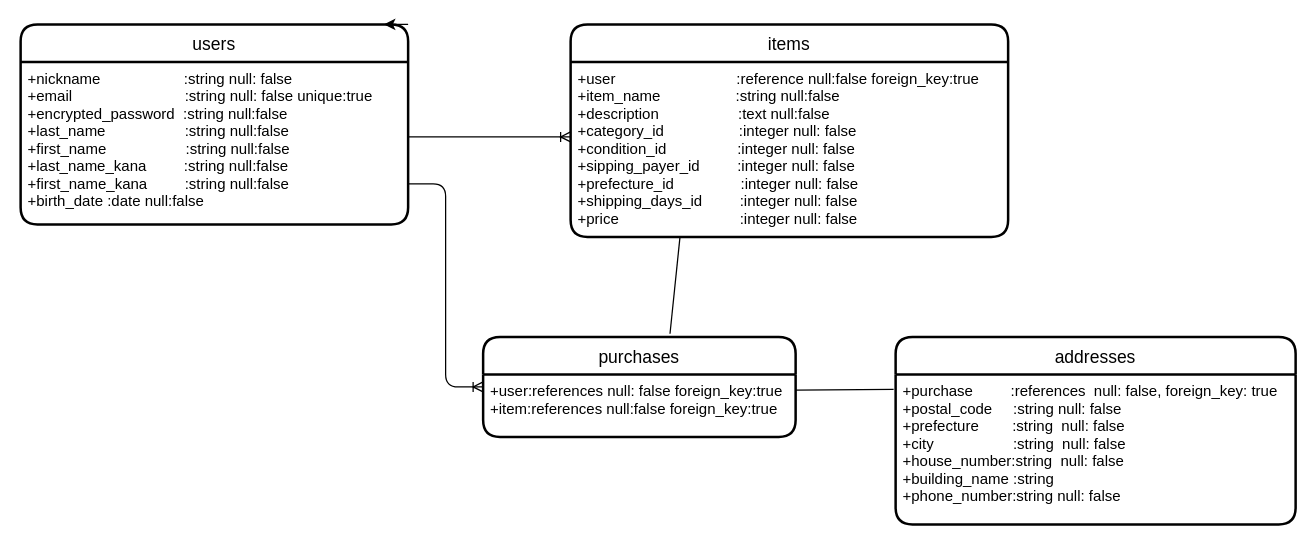
This is furima-er.dio from TANAKAUDA/furima-40616, a draw.io file, before an edit. Source tidied: cells renumbered, new cells numbered last; positions are measured from the earlier drawing's top-left corner, leaving out a move shared by most shapes. Both pictures are drawn from the tidied source at 125%, with x=0, y=0 at pixel (20, 24).
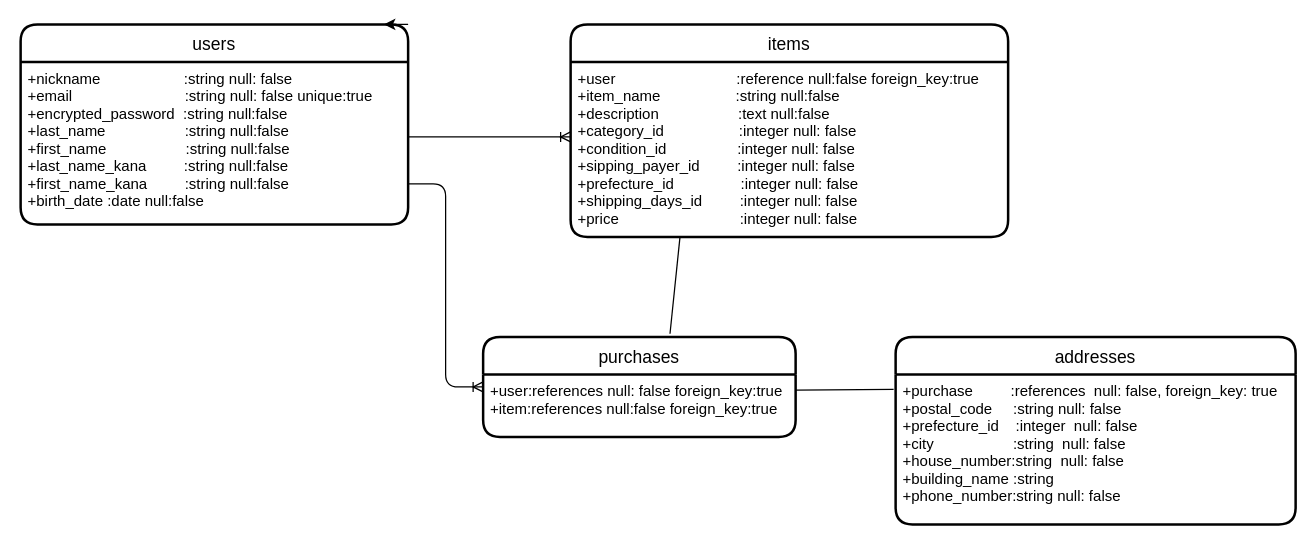
After the change.

Commit message (it also covers changes not shown here):
ER図作成まで.修正2

Change to the diagram source:
```diff
@@
 <mxGraphModel>
   <root>
     <mxCell id="0" />
     <mxCell id="1" parent="0" />
     <mxCell id="2" value="users" style="swimlane;horizontal=1;startSize=30;rounded=1;fontSize=14;fontStyle=0;strokeWidth=2;shadow=0;dashed=0;align=center;" parent="1" vertex="1">
       <mxGeometry width="310" height="160" as="geometry" />
     </mxCell>
     <mxCell id="3" value="+nickname                    :string null: false&#10;+email                           :string null: false unique:true&#10;+encrypted_password  :string null:false&#10;+last_name                   :string null:false&#10;+first_name                   :string null:false&#10;+last_name_kana         :string null:false&#10;+first_name_kana         :string null:false&#10;+birth_date :date null:false" style="align=left;strokeColor=none;fillColor=none;spacingLeft=4;fontSize=12;verticalAlign=top;" parent="2" vertex="1">
       <mxGeometry y="30" width="310" height="130" as="geometry" />
     </mxCell>
     <mxCell id="4" style="edgeStyle=none;html=1;exitX=1;exitY=0;exitDx=0;exitDy=0;entryX=0.938;entryY=0;entryDx=0;entryDy=0;entryPerimeter=0;" parent="1" edge="1" source="2" target="2">
       <mxGeometry relative="1" as="geometry" />
     </mxCell>
     <mxCell id="5" value="items" style="swimlane;horizontal=1;startSize=30;rounded=1;fontSize=14;fontStyle=0;strokeWidth=2;shadow=0;dashed=0;align=center;" parent="1" vertex="1">
       <mxGeometry x="440" width="350" height="170" as="geometry" />
     </mxCell>
     <mxCell id="6" value="+user                             :reference null:false foreign_key:true     &#10;+item_name                  :string null:false&#10;+description                   :text null:false&#10;+category_id                  :integer null: false&#10;+condition_id                 :integer null: false&#10;+sipping_payer_id         :integer null: false&#10;+prefecture_id                :integer null: false&#10;+shipping_days_id         :integer null: false&#10;+price                             :integer null: false" style="align=left;strokeColor=none;fillColor=none;spacingLeft=4;fontSize=12;verticalAlign=top;" parent="5" vertex="1">
       <mxGeometry y="30" width="350" height="140" as="geometry" />
     </mxCell>
     <mxCell id="7" value="purchases" style="swimlane;horizontal=1;startSize=30;rounded=1;fontSize=14;fontStyle=0;strokeWidth=2;shadow=0;dashed=0;align=center;" parent="1" vertex="1">
       <mxGeometry x="370" y="250" width="250" height="80" as="geometry" />
     </mxCell>
     <mxCell id="8" value="+user:references null: false foreign_key:true&#10;+item:references null:false foreign_key:true" style="align=left;strokeColor=none;fillColor=none;spacingLeft=4;fontSize=12;verticalAlign=top;" parent="7" vertex="1">
       <mxGeometry y="30" width="250" height="50" as="geometry" />
     </mxCell>
     <mxCell id="9" value="addresses" style="swimlane;horizontal=1;startSize=30;rounded=1;fontSize=14;fontStyle=0;strokeWidth=2;shadow=0;dashed=0;align=center;" parent="1" vertex="1">
       <mxGeometry x="700" y="250" width="320" height="150" as="geometry" />
     </mxCell>
-    <mxCell id="10" value="+purchase         :references  null: false, foreign_key: true&#10;+postal_code     :string null: false&#10;+prefecture        :string  null: false&#10;+city                   :string  null: false&#10;+house_number:string  null: false&#10;+building_name :string &#10;+phone_number:string null: false&#10;&#10;      &#10;" style="align=left;strokeColor=none;fillColor=none;spacingLeft=4;fontSize=12;verticalAlign=top;" parent="9" vertex="1">
+    <mxCell id="10" value="+purchase         :references  null: false, foreign_key: true&#10;+postal_code     :string null: false&#10;+prefecture_id    :integer  null: false&#10;+city                   :string  null: false&#10;+house_number:string  null: false&#10;+building_name :string &#10;+phone_number:string null: false&#10;&#10;      &#10;" style="align=left;strokeColor=none;fillColor=none;spacingLeft=4;fontSize=12;verticalAlign=top;" parent="9" vertex="1">
       <mxGeometry y="30" width="320" height="120" as="geometry" />
     </mxCell>
     <mxCell id="11" style="edgeStyle=entityRelationEdgeStyle;fontSize=12;html=1;endArrow=ERoneToMany;" parent="1" edge="1">
       <mxGeometry relative="1" as="geometry">
         <mxPoint x="310" y="90" as="sourcePoint" />
         <mxPoint x="440" y="90" as="targetPoint" />
       </mxGeometry>
     </mxCell>
     <mxCell id="12" style="edgeStyle=entityRelationEdgeStyle;fontSize=12;html=1;endArrow=ERoneToMany;entryX=0;entryY=0.5;entryDx=0;entryDy=0;exitX=1;exitY=0.75;exitDx=0;exitDy=0;" parent="1" edge="1" source="3" target="7">
       <mxGeometry relative="1" as="geometry" />
     </mxCell>
     <mxCell id="13" style="endArrow=none;html=1;rounded=0;exitX=0.25;exitY=1;exitDx=0;exitDy=0;entryX=0.598;entryY=-0.031;entryDx=0;entryDy=0;entryPerimeter=0;" parent="1" edge="1" source="6" target="7">
       <mxGeometry relative="1" as="geometry" />
     </mxCell>
     <mxCell id="14" style="endArrow=none;html=1;rounded=0;exitX=1;exitY=0.25;exitDx=0;exitDy=0;entryX=-0.005;entryY=0.1;entryDx=0;entryDy=0;entryPerimeter=0;" parent="1" edge="1" source="8" target="10">
       <mxGeometry relative="1" as="geometry" />
     </mxCell>
   </root>
 </mxGraphModel>
```
